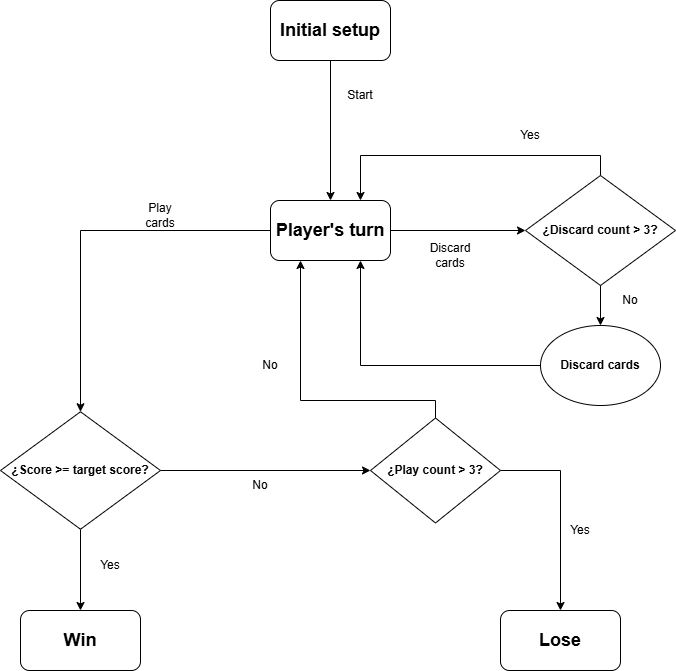
Before: docs/diagrama-estados.png, a diagram exported from draw.io (xupapersss/Proyecto-Malatro). Source tidied: cells renumbered, new cells last; positions are measured from the earlier drawing's top-left corner, leaving out a move shared by most shapes.
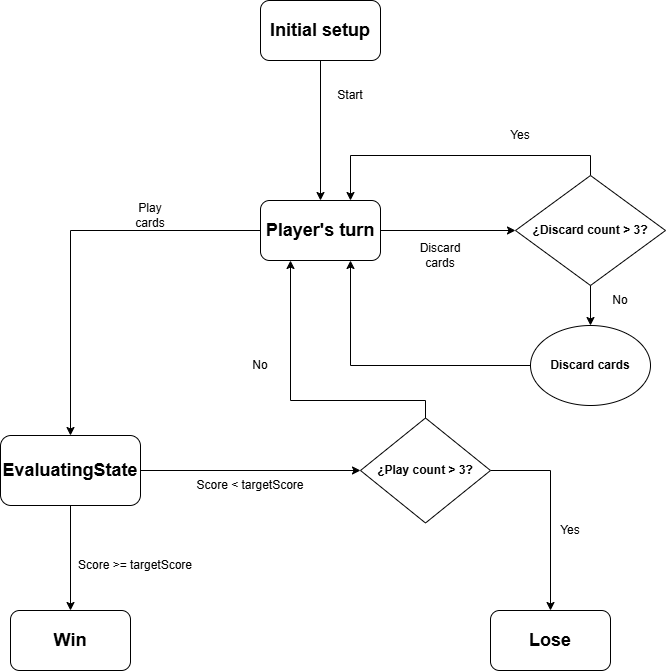
The same file after the commit.

The edit, as a diff of the source:
```diff
@@ -8,7 +8,7 @@
     <mxCell id="3" value="&lt;h2&gt;Initial setup&lt;/h2&gt;" style="rounded=1;whiteSpace=wrap;html=1;" parent="1" vertex="1">
       <mxGeometry x="270" width="120" height="60" as="geometry" />
     </mxCell>
-    <mxCell id="4" style="edgeStyle=orthogonalEdgeStyle;rounded=0;jettySize=auto;html=1;exitX=0;exitY=0.5;exitDx=0;exitDy=0;entryX=0.5;entryY=0;entryDx=0;entryDy=0;" parent="1" edge="1" source="6" target="26">
+    <mxCell id="4" style="edgeStyle=orthogonalEdgeStyle;rounded=0;jettySize=auto;html=1;exitX=0;exitY=0.5;exitDx=0;exitDy=0;entryX=0.5;entryY=0;entryDx=0;entryDy=0;" parent="1" edge="1" source="6" target="31">
       <mxGeometry relative="1" as="geometry" />
     </mxCell>
     <mxCell id="5" style="edgeStyle=orthogonalEdgeStyle;rounded=0;jettySize=auto;html=1;exitX=1;exitY=0.5;exitDx=0;exitDy=0;entryX=0;entryY=0.5;entryDx=0;entryDy=0;" parent="1" edge="1" source="6" target="20">
@@ -75,20 +75,20 @@
     <mxCell id="23" value="&lt;h4&gt;¿Play count &amp;gt; 3?&lt;/h4&gt;" style="rhombus;whiteSpace=wrap;html=1;" parent="1" vertex="1">
       <mxGeometry x="370" y="417.5" width="130" height="105" as="geometry" />
     </mxCell>
-    <mxCell id="24" style="edgeStyle=orthogonalEdgeStyle;rounded=0;jettySize=auto;html=1;exitX=1;exitY=0.5;exitDx=0;exitDy=0;entryX=0;entryY=0.5;entryDx=0;entryDy=0;" parent="1" edge="1" source="26" target="23">
-      <mxGeometry relative="1" as="geometry" />
-    </mxCell>
-    <mxCell id="25" style="edgeStyle=orthogonalEdgeStyle;rounded=0;jettySize=auto;html=1;exitX=0.5;exitY=1;exitDx=0;exitDy=0;entryX=0.5;entryY=0;entryDx=0;entryDy=0;" parent="1" edge="1" source="26" target="7">
-      <mxGeometry relative="1" as="geometry" />
-    </mxCell>
-    <mxCell id="26" value="&lt;h4&gt;¿Score &amp;gt;= target score?&lt;/h4&gt;" style="rhombus;whiteSpace=wrap;html=1;" parent="1" vertex="1">
-      <mxGeometry y="411.2" width="160" height="117.5" as="geometry" />
-    </mxCell>
-    <mxCell id="27" value="No" style="text;html=1;whiteSpace=wrap;strokeColor=none;fillColor=none;align=center;verticalAlign=middle;rounded=0;" parent="1" vertex="1">
-      <mxGeometry x="230" y="470" width="60" height="30" as="geometry" />
+    <mxCell id="27" value="Score &amp;lt; targetScore" style="text;html=1;whiteSpace=wrap;strokeColor=none;fillColor=none;align=center;verticalAlign=middle;rounded=0;" parent="1" vertex="1">
+      <mxGeometry x="200" y="470" width="120" height="30" as="geometry" />
     </mxCell>
-    <mxCell id="28" value="Yes" style="text;html=1;whiteSpace=wrap;strokeColor=none;fillColor=none;align=center;verticalAlign=middle;rounded=0;" parent="1" vertex="1">
-      <mxGeometry x="80" y="550" width="60" height="30" as="geometry" />
-    </mxCell>
+    <mxCell id="29" style="edgeStyle=orthogonalEdgeStyle;rounded=0;jettySize=auto;html=1;exitX=1;exitY=0.5;exitDx=0;exitDy=0;entryX=0;entryY=0.5;entryDx=0;entryDy=0;" parent="1" edge="1" source="31" target="23">
+      <mxGeometry relative="1" as="geometry" />
+    </mxCell>
+    <mxCell id="30" style="edgeStyle=orthogonalEdgeStyle;rounded=0;jettySize=auto;html=1;entryX=0.5;entryY=0;entryDx=0;entryDy=0;" parent="1" edge="1" source="31" target="7">
+      <mxGeometry relative="1" as="geometry" />
+    </mxCell>
+    <mxCell id="31" value="&lt;h2&gt;EvaluatingState&lt;/h2&gt;" style="rounded=1;whiteSpace=wrap;html=1;" parent="1" vertex="1">
+      <mxGeometry x="10" y="435" width="140" height="70" as="geometry" />
+    </mxCell>
+    <mxCell id="32" value="Score &amp;gt;= targetScore" style="text;html=1;whiteSpace=wrap;strokeColor=none;fillColor=none;align=center;verticalAlign=middle;rounded=0;" parent="1" vertex="1">
+      <mxGeometry x="80" y="550" width="130" height="30" as="geometry" />
+    </mxCell>
   </root>
 </mxGraphModel>
```
